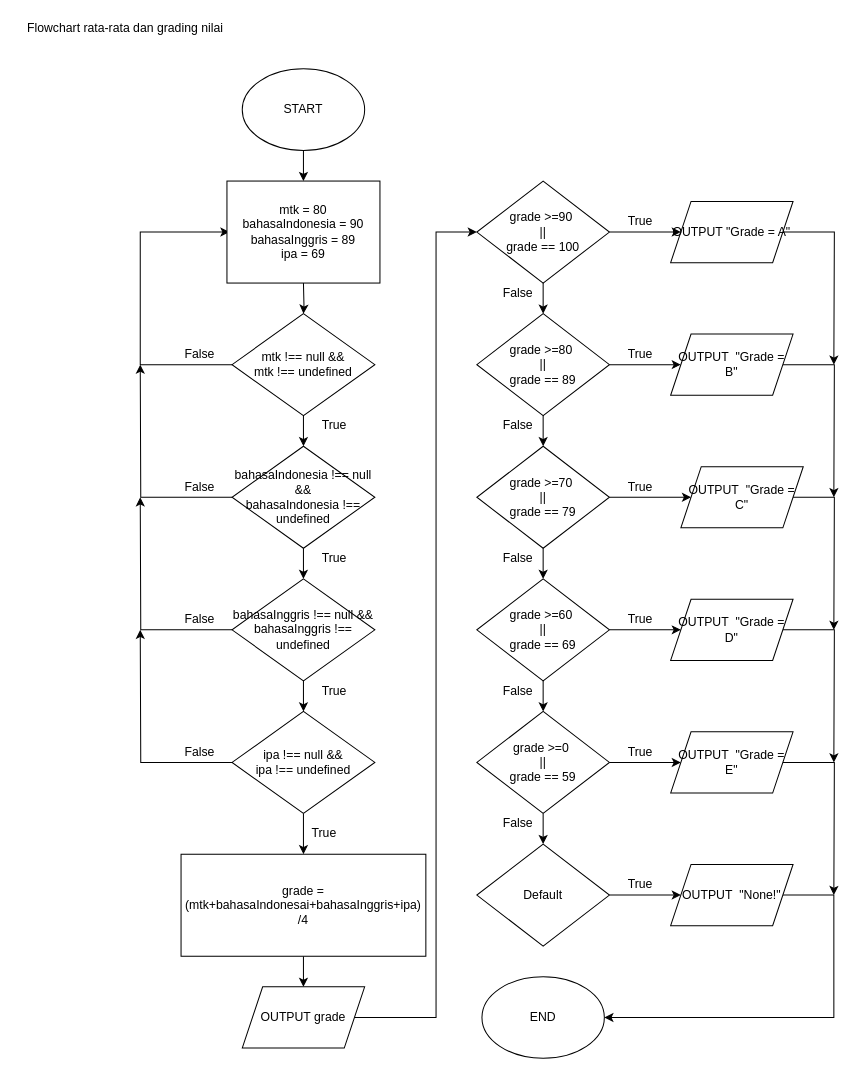
The draw.io diagram Grading Nilai.drawio in aviantofan/fw5-additional-flowchart, before the edit. Source tidied: cells renumbered, new cells numbered last; positions are measured from the earlier drawing's top-left corner, leaving out a move shared by most shapes. Both pictures are drawn from the tidied source at 102%, with x=0, y=0 at pixel (17, 17).
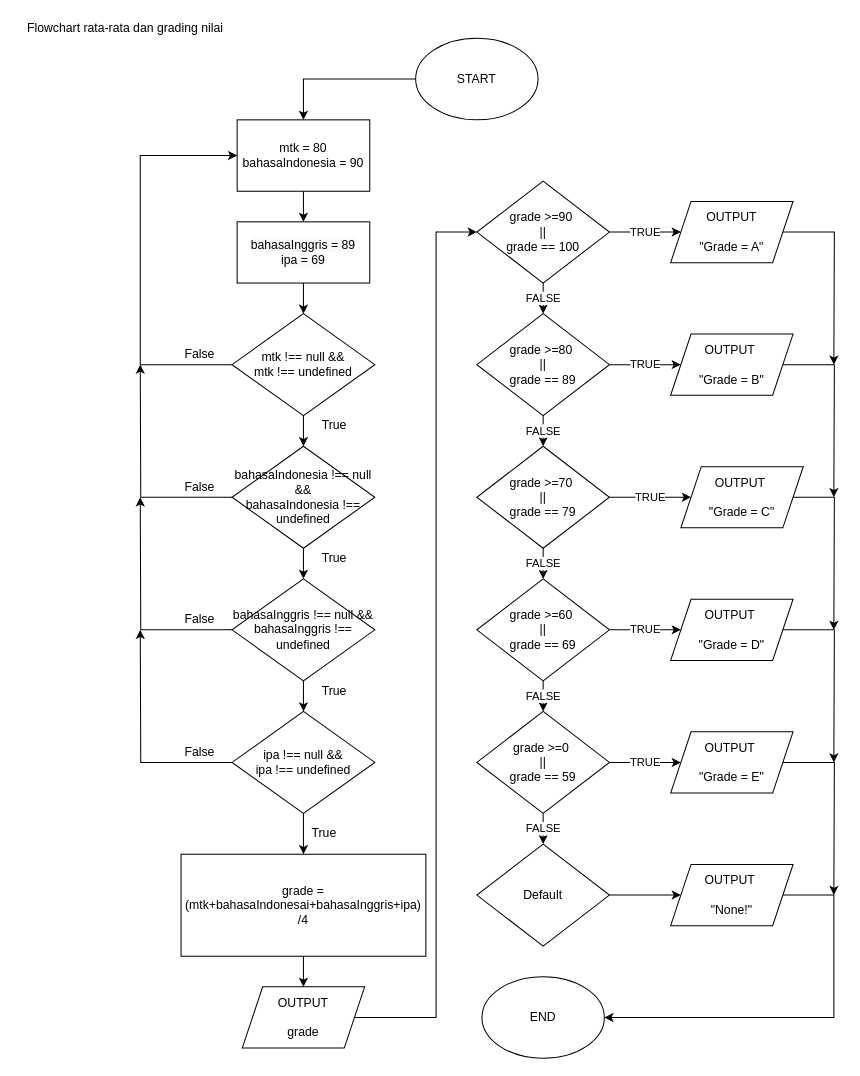
Above is the later version.

Commit message (it also covers changes not shown here):
Give a little changes

Unchanged cells that the change refers to:
```xml
<mxCell id="8" value="mtk !== null &amp;amp;&amp;amp;&lt;br&gt;mtk !== undefined" style="rhombus;whiteSpace=wrap;html=1;" parent="1" vertex="1">
  <mxGeometry x="210" y="290" width="140" height="100" as="geometry" />
</mxCell>
<mxCell id="32" value="grade &amp;gt;=90&amp;nbsp;&lt;br&gt;||&lt;br&gt;grade == 100" style="rhombus;whiteSpace=wrap;html=1;" parent="1" vertex="1">
  <mxGeometry x="450" y="160" width="130" height="100" as="geometry" />
</mxCell>
<mxCell id="35" value="grade &amp;gt;=80&amp;nbsp;&lt;br&gt;||&lt;br&gt;grade == 89" style="rhombus;whiteSpace=wrap;html=1;" parent="1" vertex="1">
  <mxGeometry x="450" y="290" width="130" height="100" as="geometry" />
</mxCell>
<mxCell id="38" value="grade &amp;gt;=70&amp;nbsp;&lt;br&gt;||&lt;br&gt;grade == 79" style="rhombus;whiteSpace=wrap;html=1;" parent="1" vertex="1">
  <mxGeometry x="450" y="420" width="130" height="100" as="geometry" />
</mxCell>
<mxCell id="41" value="grade &amp;gt;=60&amp;nbsp;&lt;br&gt;||&lt;br&gt;grade == 69" style="rhombus;whiteSpace=wrap;html=1;" parent="1" vertex="1">
  <mxGeometry x="450" y="550" width="130" height="100" as="geometry" />
</mxCell>
<mxCell id="44" value="grade &amp;gt;=0&amp;nbsp;&lt;br&gt;||&lt;br&gt;grade == 59" style="rhombus;whiteSpace=wrap;html=1;" parent="1" vertex="1">
  <mxGeometry x="450" y="680" width="130" height="100" as="geometry" />
</mxCell>
<mxCell id="46" value="Default" style="rhombus;whiteSpace=wrap;html=1;" parent="1" vertex="1">
  <mxGeometry x="450" y="810" width="130" height="100" as="geometry" />
</mxCell>
```

What changed in the source:
```diff
@@
-    <mxCell id="2" style="edgeStyle=orthogonalEdgeStyle;rounded=0;jettySize=auto;html=1;exitX=0.5;exitY=1;exitDx=0;exitDy=0;entryX=0.5;entryY=0;entryDx=0;entryDy=0;" parent="1" edge="1" source="3">
-      <mxGeometry relative="1" as="geometry">
-        <mxPoint x="280" y="160" as="targetPoint" />
-      </mxGeometry>
-    </mxCell>
+    <mxCell id="72" style="edgeStyle=orthogonalEdgeStyle;rounded=0;jettySize=auto;html=1;exitX=0;exitY=0.5;exitDx=0;exitDy=0;entryX=0.5;entryY=0;entryDx=0;entryDy=0;" parent="1" edge="1" source="3" target="71">
+      <mxGeometry relative="1" as="geometry" />
+    </mxCell>
     <mxCell id="3" value="START" style="ellipse;whiteSpace=wrap;html=1;" parent="1" vertex="1">
-      <mxGeometry x="220" y="50" width="120" height="80" as="geometry" />
+      <mxGeometry x="390" y="20" width="120" height="80" as="geometry" />
     </mxCell>
@@
-    <mxCell id="5" style="edgeStyle=orthogonalEdgeStyle;rounded=0;jettySize=auto;html=1;exitX=0.5;exitY=1;exitDx=0;exitDy=0;" parent="1" edge="1" target="8">
-      <mxGeometry relative="1" as="geometry">
-        <mxPoint x="280" y="260" as="sourcePoint" />
-      </mxGeometry>
-    </mxCell>
@@
-    <mxCell id="7" style="edgeStyle=orthogonalEdgeStyle;rounded=0;jettySize=auto;html=1;exitX=0;exitY=0.5;exitDx=0;exitDy=0;entryX=0;entryY=0.5;entryDx=0;entryDy=0;" parent="1" edge="1" source="8">
-      <mxGeometry relative="1" as="geometry">
-        <mxPoint x="207.5" y="210" as="targetPoint" />
-        <Array as="points">
-          <mxPoint x="120" y="340" />
-          <mxPoint x="120" y="210" />
-        </Array>
-      </mxGeometry>
-    </mxCell>
+    <mxCell id="73" style="edgeStyle=orthogonalEdgeStyle;rounded=0;jettySize=auto;html=1;exitX=0;exitY=0.5;exitDx=0;exitDy=0;entryX=0;entryY=0.5;entryDx=0;entryDy=0;" parent="1" edge="1" source="8" target="71">
+      <mxGeometry relative="1" as="geometry">
+        <Array as="points">
+          <mxPoint x="120" y="340" />
+          <mxPoint x="120" y="135" />
+        </Array>
+      </mxGeometry>
+    </mxCell>
@@
-    <mxCell id="29" value="OUTPUT grade" style="shape=parallelogram;perimeter=parallelogramPerimeter;whiteSpace=wrap;html=1;fixedSize=1;" parent="1" vertex="1">
+    <mxCell id="29" value="OUTPUT &lt;br&gt;&lt;br&gt;grade" style="shape=parallelogram;perimeter=parallelogramPerimeter;whiteSpace=wrap;html=1;fixedSize=1;" parent="1" vertex="1">
       <mxGeometry x="220" y="950" width="120" height="60" as="geometry" />
     </mxCell>
-    <mxCell id="30" style="edgeStyle=orthogonalEdgeStyle;rounded=0;jettySize=auto;html=1;exitX=0.5;exitY=1;exitDx=0;exitDy=0;entryX=0.5;entryY=0;entryDx=0;entryDy=0;" parent="1" edge="1" source="32" target="35">
+    <mxCell id="30" value="FALSE" style="edgeStyle=orthogonalEdgeStyle;rounded=0;jettySize=auto;html=1;exitX=0.5;exitY=1;exitDx=0;exitDy=0;entryX=0.5;entryY=0;entryDx=0;entryDy=0;" parent="1" edge="1" source="32" target="35">
       <mxGeometry relative="1" as="geometry" />
     </mxCell>
-    <mxCell id="31" style="edgeStyle=orthogonalEdgeStyle;rounded=0;jettySize=auto;html=1;exitX=1;exitY=0.5;exitDx=0;exitDy=0;entryX=0;entryY=0.5;entryDx=0;entryDy=0;" parent="1" edge="1" source="32" target="53">
+    <mxCell id="31" value="TRUE" style="edgeStyle=orthogonalEdgeStyle;rounded=0;jettySize=auto;html=1;exitX=1;exitY=0.5;exitDx=0;exitDy=0;entryX=0;entryY=0.5;entryDx=0;entryDy=0;" parent="1" edge="1" source="32" target="53">
       <mxGeometry relative="1" as="geometry" />
     </mxCell>
@@
-    <mxCell id="33" style="edgeStyle=orthogonalEdgeStyle;rounded=0;jettySize=auto;html=1;exitX=0.5;exitY=1;exitDx=0;exitDy=0;entryX=0.5;entryY=0;entryDx=0;entryDy=0;" parent="1" edge="1" source="35" target="38">
+    <mxCell id="33" value="FALSE" style="edgeStyle=orthogonalEdgeStyle;rounded=0;jettySize=auto;html=1;exitX=0.5;exitY=1;exitDx=0;exitDy=0;entryX=0.5;entryY=0;entryDx=0;entryDy=0;" parent="1" edge="1" source="35" target="38">
       <mxGeometry relative="1" as="geometry" />
     </mxCell>
-    <mxCell id="34" style="edgeStyle=orthogonalEdgeStyle;rounded=0;jettySize=auto;html=1;exitX=1;exitY=0.5;exitDx=0;exitDy=0;entryX=0;entryY=0.5;entryDx=0;entryDy=0;" parent="1" edge="1" source="35" target="55">
+    <mxCell id="34" value="TRUE" style="edgeStyle=orthogonalEdgeStyle;rounded=0;jettySize=auto;html=1;exitX=1;exitY=0.5;exitDx=0;exitDy=0;entryX=0;entryY=0.5;entryDx=0;entryDy=0;" parent="1" edge="1" source="35" target="55">
       <mxGeometry relative="1" as="geometry" />
     </mxCell>
@@
-    <mxCell id="36" style="edgeStyle=orthogonalEdgeStyle;rounded=0;jettySize=auto;html=1;exitX=0.5;exitY=1;exitDx=0;exitDy=0;" parent="1" edge="1" source="38" target="41">
+    <mxCell id="36" value="FALSE" style="edgeStyle=orthogonalEdgeStyle;rounded=0;jettySize=auto;html=1;exitX=0.5;exitY=1;exitDx=0;exitDy=0;" parent="1" edge="1" source="38" target="41">
       <mxGeometry relative="1" as="geometry" />
     </mxCell>
-    <mxCell id="37" style="edgeStyle=orthogonalEdgeStyle;rounded=0;jettySize=auto;html=1;exitX=1;exitY=0.5;exitDx=0;exitDy=0;" parent="1" edge="1" source="38" target="57">
+    <mxCell id="37" value="TRUE" style="edgeStyle=orthogonalEdgeStyle;rounded=0;jettySize=auto;html=1;exitX=1;exitY=0.5;exitDx=0;exitDy=0;" parent="1" edge="1" source="38" target="57">
       <mxGeometry relative="1" as="geometry" />
     </mxCell>
@@
-    <mxCell id="39" style="edgeStyle=orthogonalEdgeStyle;rounded=0;jettySize=auto;html=1;exitX=0.5;exitY=1;exitDx=0;exitDy=0;entryX=0.5;entryY=0;entryDx=0;entryDy=0;" parent="1" edge="1" source="41" target="44">
+    <mxCell id="39" value="FALSE" style="edgeStyle=orthogonalEdgeStyle;rounded=0;jettySize=auto;html=1;exitX=0.5;exitY=1;exitDx=0;exitDy=0;entryX=0.5;entryY=0;entryDx=0;entryDy=0;" parent="1" edge="1" source="41" target="44">
       <mxGeometry relative="1" as="geometry" />
     </mxCell>
-    <mxCell id="40" style="edgeStyle=orthogonalEdgeStyle;rounded=0;jettySize=auto;html=1;exitX=1;exitY=0.5;exitDx=0;exitDy=0;entryX=0;entryY=0.5;entryDx=0;entryDy=0;" parent="1" edge="1" source="41" target="59">
+    <mxCell id="40" value="TRUE" style="edgeStyle=orthogonalEdgeStyle;rounded=0;jettySize=auto;html=1;exitX=1;exitY=0.5;exitDx=0;exitDy=0;entryX=0;entryY=0.5;entryDx=0;entryDy=0;" parent="1" edge="1" source="41" target="59">
       <mxGeometry relative="1" as="geometry" />
     </mxCell>
@@
-    <mxCell id="42" style="edgeStyle=orthogonalEdgeStyle;rounded=0;jettySize=auto;html=1;exitX=0.5;exitY=1;exitDx=0;exitDy=0;entryX=0.5;entryY=0;entryDx=0;entryDy=0;" parent="1" edge="1" source="44" target="46">
+    <mxCell id="42" value="FALSE" style="edgeStyle=orthogonalEdgeStyle;rounded=0;jettySize=auto;html=1;exitX=0.5;exitY=1;exitDx=0;exitDy=0;entryX=0.5;entryY=0;entryDx=0;entryDy=0;" parent="1" edge="1" source="44" target="46">
       <mxGeometry relative="1" as="geometry" />
     </mxCell>
-    <mxCell id="43" style="edgeStyle=orthogonalEdgeStyle;rounded=0;jettySize=auto;html=1;exitX=1;exitY=0.5;exitDx=0;exitDy=0;entryX=0;entryY=0.5;entryDx=0;entryDy=0;" parent="1" edge="1" source="44" target="61">
+    <mxCell id="43" value="TRUE" style="edgeStyle=orthogonalEdgeStyle;rounded=0;jettySize=auto;html=1;exitX=1;exitY=0.5;exitDx=0;exitDy=0;entryX=0;entryY=0.5;entryDx=0;entryDy=0;" parent="1" edge="1" source="44" target="61">
       <mxGeometry relative="1" as="geometry" />
     </mxCell>
@@
-    <mxCell id="47" value="False" style="text;html=1;align=center;verticalAlign=middle;strokeColor=none;fillColor=none;" parent="1" vertex="1">
-      <mxGeometry x="470" y="260" width="40" height="20" as="geometry" />
-    </mxCell>
-    <mxCell id="48" value="False" style="text;html=1;align=center;verticalAlign=middle;strokeColor=none;fillColor=none;" parent="1" vertex="1">
-      <mxGeometry x="470" y="390" width="40" height="20" as="geometry" />
-    </mxCell>
-    <mxCell id="49" value="False" style="text;html=1;align=center;verticalAlign=middle;strokeColor=none;fillColor=none;" parent="1" vertex="1">
-      <mxGeometry x="470" y="520" width="40" height="20" as="geometry" />
-    </mxCell>
-    <mxCell id="50" value="False" style="text;html=1;align=center;verticalAlign=middle;strokeColor=none;fillColor=none;" parent="1" vertex="1">
-      <mxGeometry x="470" y="650" width="40" height="20" as="geometry" />
-    </mxCell>
-    <mxCell id="51" value="False" style="text;html=1;align=center;verticalAlign=middle;strokeColor=none;fillColor=none;" parent="1" vertex="1">
-      <mxGeometry x="470" y="780" width="40" height="20" as="geometry" />
-    </mxCell>
@@
-    <mxCell id="53" value="OUTPUT &quot;Grade = A&quot;" style="shape=parallelogram;perimeter=parallelogramPerimeter;whiteSpace=wrap;html=1;fixedSize=1;" parent="1" vertex="1">
+    <mxCell id="53" value="OUTPUT &lt;br&gt;&lt;br&gt;&quot;Grade = A&quot;" style="shape=parallelogram;perimeter=parallelogramPerimeter;whiteSpace=wrap;html=1;fixedSize=1;" parent="1" vertex="1">
       <mxGeometry x="640" y="180" width="120" height="60" as="geometry" />
     </mxCell>
@@
-    <mxCell id="55" value="OUTPUT&amp;nbsp; &quot;Grade = B&quot;" style="shape=parallelogram;perimeter=parallelogramPerimeter;whiteSpace=wrap;html=1;fixedSize=1;" parent="1" vertex="1">
+    <mxCell id="55" value="OUTPUT&amp;nbsp; &lt;br&gt;&lt;br&gt;&quot;Grade = B&quot;" style="shape=parallelogram;perimeter=parallelogramPerimeter;whiteSpace=wrap;html=1;fixedSize=1;" parent="1" vertex="1">
       <mxGeometry x="640" y="310" width="120" height="60" as="geometry" />
     </mxCell>
@@
-    <mxCell id="57" value="OUTPUT&amp;nbsp; &quot;Grade = C&quot;" style="shape=parallelogram;perimeter=parallelogramPerimeter;whiteSpace=wrap;html=1;fixedSize=1;" parent="1" vertex="1">
+    <mxCell id="57" value="OUTPUT&amp;nbsp; &lt;br&gt;&lt;br&gt;&quot;Grade = C&quot;" style="shape=parallelogram;perimeter=parallelogramPerimeter;whiteSpace=wrap;html=1;fixedSize=1;" parent="1" vertex="1">
       <mxGeometry x="650" y="440" width="120" height="60" as="geometry" />
     </mxCell>
@@
-    <mxCell id="59" value="OUTPUT&amp;nbsp; &quot;Grade = D&quot;" style="shape=parallelogram;perimeter=parallelogramPerimeter;whiteSpace=wrap;html=1;fixedSize=1;" parent="1" vertex="1">
+    <mxCell id="59" value="OUTPUT&amp;nbsp; &lt;br&gt;&lt;br&gt;&quot;Grade = D&quot;" style="shape=parallelogram;perimeter=parallelogramPerimeter;whiteSpace=wrap;html=1;fixedSize=1;" parent="1" vertex="1">
       <mxGeometry x="640" y="570" width="120" height="60" as="geometry" />
     </mxCell>
@@
-    <mxCell id="61" value="OUTPUT&amp;nbsp; &quot;Grade = E&quot;" style="shape=parallelogram;perimeter=parallelogramPerimeter;whiteSpace=wrap;html=1;fixedSize=1;" parent="1" vertex="1">
+    <mxCell id="61" value="OUTPUT&amp;nbsp; &lt;br&gt;&lt;br&gt;&quot;Grade = E&quot;" style="shape=parallelogram;perimeter=parallelogramPerimeter;whiteSpace=wrap;html=1;fixedSize=1;" parent="1" vertex="1">
       <mxGeometry x="640" y="700" width="120" height="60" as="geometry" />
     </mxCell>
@@
-    <mxCell id="63" value="OUTPUT&amp;nbsp; &quot;None!&quot;" style="shape=parallelogram;perimeter=parallelogramPerimeter;whiteSpace=wrap;html=1;fixedSize=1;" parent="1" vertex="1">
+    <mxCell id="63" value="OUTPUT&amp;nbsp; &lt;br&gt;&lt;br&gt;&quot;None!&quot;" style="shape=parallelogram;perimeter=parallelogramPerimeter;whiteSpace=wrap;html=1;fixedSize=1;" parent="1" vertex="1">
       <mxGeometry x="640" y="830" width="120" height="60" as="geometry" />
     </mxCell>
@@
-    <mxCell id="65" value="True" style="text;html=1;align=center;verticalAlign=middle;strokeColor=none;fillColor=none;" parent="1" vertex="1">
-      <mxGeometry x="590" y="840" width="40" height="20" as="geometry" />
-    </mxCell>
-    <mxCell id="66" value="True" style="text;html=1;align=center;verticalAlign=middle;strokeColor=none;fillColor=none;" parent="1" vertex="1">
-      <mxGeometry x="590" y="710" width="40" height="20" as="geometry" />
-    </mxCell>
-    <mxCell id="67" value="True" style="text;html=1;align=center;verticalAlign=middle;strokeColor=none;fillColor=none;" parent="1" vertex="1">
-      <mxGeometry x="590" y="580" width="40" height="20" as="geometry" />
-    </mxCell>
-    <mxCell id="68" value="True" style="text;html=1;align=center;verticalAlign=middle;strokeColor=none;fillColor=none;" parent="1" vertex="1">
-      <mxGeometry x="590" y="450" width="40" height="20" as="geometry" />
-    </mxCell>
-    <mxCell id="69" value="True" style="text;html=1;align=center;verticalAlign=middle;strokeColor=none;fillColor=none;" parent="1" vertex="1">
-      <mxGeometry x="590" y="320" width="40" height="20" as="geometry" />
-    </mxCell>
-    <mxCell id="70" value="True" style="text;html=1;align=center;verticalAlign=middle;strokeColor=none;fillColor=none;" parent="1" vertex="1">
-      <mxGeometry x="590" y="190" width="40" height="20" as="geometry" />
-    </mxCell>
+    <mxCell id="74" style="edgeStyle=orthogonalEdgeStyle;rounded=0;jettySize=auto;html=1;exitX=0.5;exitY=1;exitDx=0;exitDy=0;entryX=0.5;entryY=0;entryDx=0;entryDy=0;" parent="1" edge="1" source="71" target="76">
+      <mxGeometry relative="1" as="geometry" />
+    </mxCell>
-    <mxCell id="71" value="mtk = 80&lt;br&gt;bahasaIndonesia = 90&lt;br&gt;bahasaInggris = 89&lt;br&gt;ipa = 69" style="rounded=0;whiteSpace=wrap;html=1;" parent="1" vertex="1">
-      <mxGeometry x="205" y="160" width="150" height="100" as="geometry" />
+    <mxCell id="71" value="mtk = 80&lt;br&gt;bahasaIndonesia = 90&lt;br&gt;" style="rounded=0;whiteSpace=wrap;html=1;" parent="1" vertex="1">
+      <mxGeometry x="215" y="100" width="130" height="70" as="geometry" />
     </mxCell>
+    <mxCell id="75" style="edgeStyle=orthogonalEdgeStyle;rounded=0;jettySize=auto;html=1;exitX=0.5;exitY=1;exitDx=0;exitDy=0;entryX=0.5;entryY=0;entryDx=0;entryDy=0;" parent="1" edge="1" source="76" target="8">
+      <mxGeometry relative="1" as="geometry" />
+    </mxCell>
+    <mxCell id="76" value="&#10;&#10;&lt;span style=&quot;color: rgb(0, 0, 0); font-family: helvetica; font-size: 12px; font-style: normal; font-weight: 400; letter-spacing: normal; text-align: center; text-indent: 0px; text-transform: none; word-spacing: 0px; background-color: rgb(248, 249, 250); display: inline; float: none;&quot;&gt;bahasaInggris = 89&lt;/span&gt;&lt;br style=&quot;color: rgb(0, 0, 0); font-family: helvetica; font-size: 12px; font-style: normal; font-weight: 400; letter-spacing: normal; text-align: center; text-indent: 0px; text-transform: none; word-spacing: 0px; background-color: rgb(248, 249, 250);&quot;&gt;&lt;span style=&quot;color: rgb(0, 0, 0); font-family: helvetica; font-size: 12px; font-style: normal; font-weight: 400; letter-spacing: normal; text-align: center; text-indent: 0px; text-transform: none; word-spacing: 0px; background-color: rgb(248, 249, 250); display: inline; float: none;&quot;&gt;ipa = 69&lt;/span&gt;&#10;&#10;" style="rounded=0;whiteSpace=wrap;html=1;" parent="1" vertex="1">
+      <mxGeometry x="215" y="200" width="130" height="60" as="geometry" />
+    </mxCell>
```
